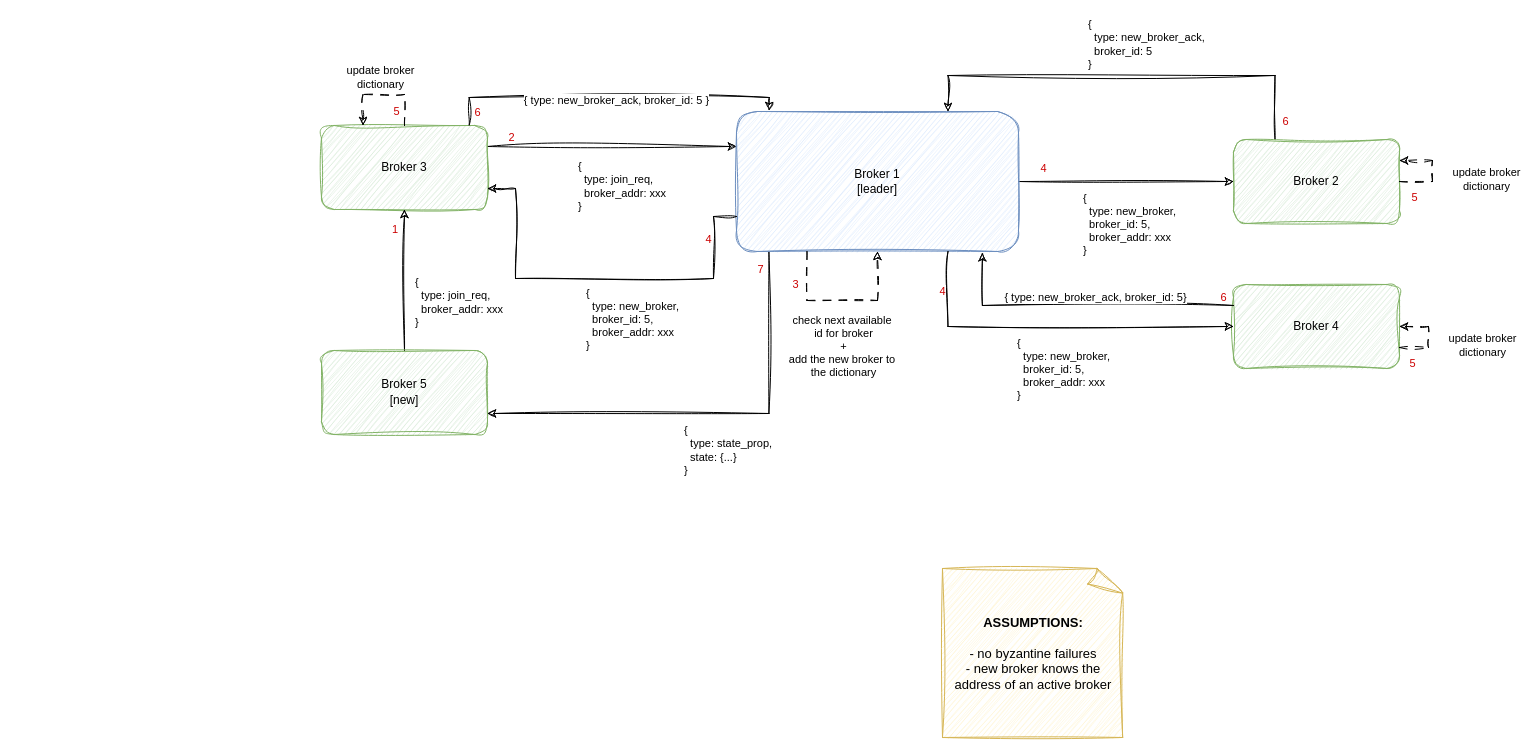
UobinoPino/Reliable-Queuing-System keeps this draw.io diagram as page "new_broker" (5 of 5) of artifacts/DS_Project.drawio. Above is the earlier version. Source tidied: cells renumbered, new cells numbered last; positions are measured from the earlier drawing's top-left corner, leaving out a move shared by most shapes. Both pictures are drawn from the tidied source at 100%, with x=0, y=0 at pixel (321, 75).
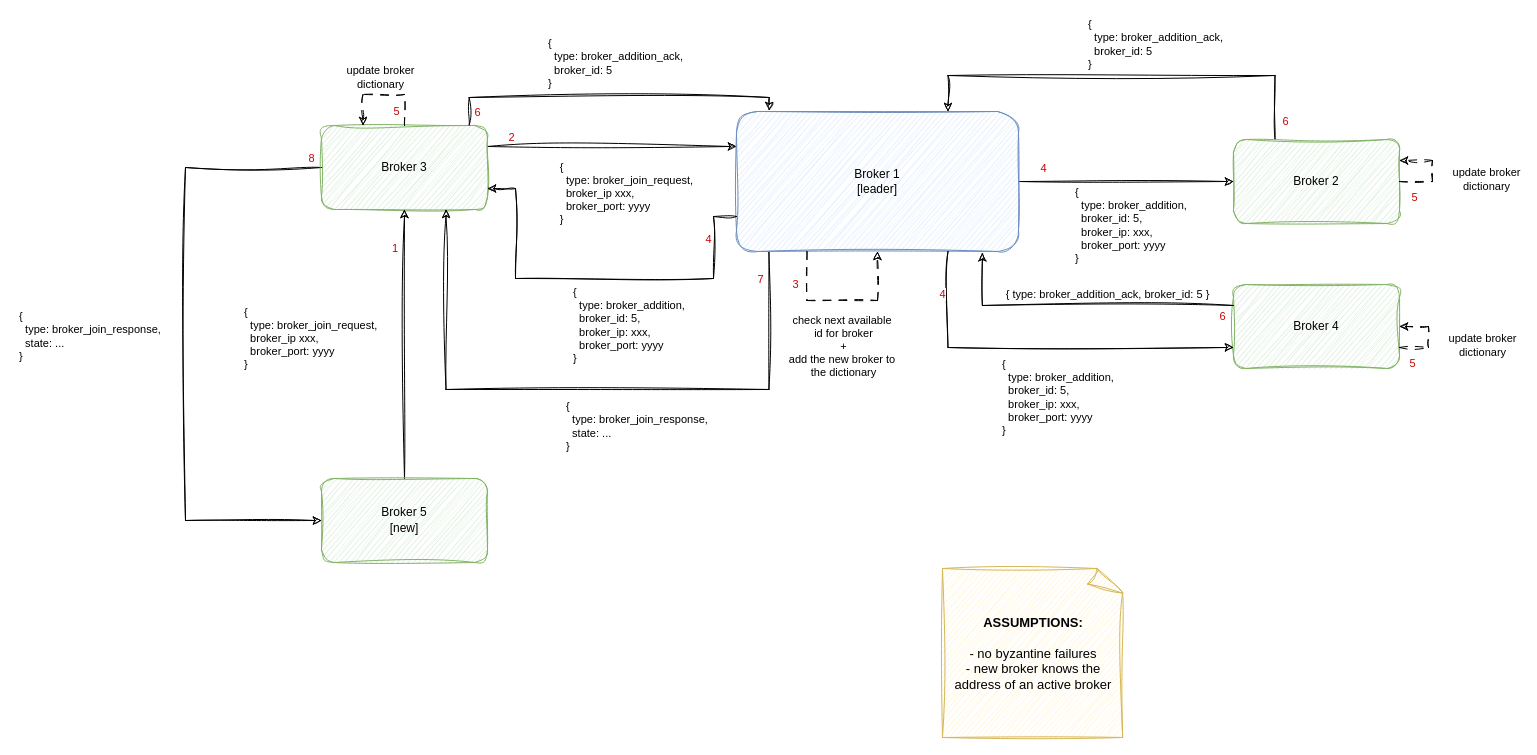
After the change.

Unchanged cells that the change refers to:
```xml
<mxCell id="2" style="edgeStyle=orthogonalEdgeStyle;rounded=0;jettySize=auto;html=1;entryX=0;entryY=0.25;entryDx=0;entryDy=0;sketch=1;curveFitting=1;jiggle=2;fontFamily=Excalifont;exitX=1;exitY=0.25;exitDx=0;exitDy=0;" parent="1" edge="1" source="6" target="17">
  <mxGeometry relative="1" as="geometry" />
</mxCell>
<mxCell id="6" value="&lt;font face=&quot;Excalifont&quot;&gt;Broker 3&lt;/font&gt;" style="rounded=1;whiteSpace=wrap;html=1;sketch=1;curveFitting=1;jiggle=2;fontFamily=Excalifont;fillColor=#d5e8d4;strokeColor=#82b366;" parent="1" vertex="1">
  <mxGeometry y="50" width="166" height="84" as="geometry" />
</mxCell>
<mxCell id="7" style="edgeStyle=orthogonalEdgeStyle;rounded=0;jettySize=auto;html=1;entryX=0.5;entryY=1;entryDx=0;entryDy=0;sketch=1;curveFitting=1;jiggle=2;fontFamily=Excalifont;" parent="1" edge="1" source="10" target="6">
  <mxGeometry relative="1" as="geometry" />
</mxCell>
<mxCell id="11" style="edgeStyle=orthogonalEdgeStyle;shape=connector;rounded=0;sketch=1;jiggle=2;curveFitting=1;jettySize=auto;html=1;strokeColor=default;align=left;verticalAlign=middle;fontFamily=Excalifont;fontSize=11;fontColor=default;labelBackgroundColor=default;endArrow=classic;" parent="1" edge="1" source="17" target="24">
  <mxGeometry relative="1" as="geometry" />
</mxCell>
<mxCell id="17" value="&lt;font face=&quot;Excalifont&quot;&gt;Broker 1&lt;br&gt;[leader]&lt;/font&gt;" style="rounded=1;whiteSpace=wrap;html=1;sketch=1;curveFitting=1;jiggle=2;fontFamily=Excalifont;fillColor=#dae8fc;strokeColor=#6c8ebf;" parent="1" vertex="1">
  <mxGeometry x="415" y="36" width="282" height="140" as="geometry" />
</mxCell>
<mxCell id="21" style="edgeStyle=orthogonalEdgeStyle;shape=connector;rounded=0;sketch=1;jiggle=2;curveFitting=1;jettySize=auto;html=1;entryX=0.75;entryY=0;entryDx=0;entryDy=0;strokeColor=default;align=left;verticalAlign=middle;fontFamily=Excalifont;fontSize=11;fontColor=default;labelBackgroundColor=default;endArrow=classic;exitX=0.25;exitY=0;exitDx=0;exitDy=0;" parent="1" edge="1" source="24" target="17">
  <mxGeometry relative="1" as="geometry">
    <Array as="points">
      <mxPoint x="954" />
      <mxPoint x="626" />
    </Array>
  </mxGeometry>
</mxCell>
<mxCell id="25" value="&lt;font face=&quot;Excalifont&quot;&gt;Broker 4&lt;/font&gt;" style="rounded=1;whiteSpace=wrap;html=1;sketch=1;curveFitting=1;jiggle=2;fontFamily=Excalifont;fillColor=#d5e8d4;strokeColor=#82b366;" parent="1" vertex="1">
  <mxGeometry x="912" y="209" width="166" height="84" as="geometry" />
</mxCell>
<mxCell id="29" style="edgeStyle=orthogonalEdgeStyle;shape=connector;rounded=0;sketch=1;jiggle=2;curveFitting=1;jettySize=auto;html=1;strokeColor=default;align=left;verticalAlign=middle;fontFamily=Excalifont;fontSize=11;fontColor=default;labelBackgroundColor=default;endArrow=classic;exitX=0;exitY=0.75;exitDx=0;exitDy=0;entryX=1;entryY=0.75;entryDx=0;entryDy=0;" parent="1" edge="1" source="17" target="6">
  <mxGeometry relative="1" as="geometry">
    <Array as="points">
      <mxPoint x="392" y="141" />
      <mxPoint x="392" y="203" />
      <mxPoint x="194" y="203" />
      <mxPoint x="194" y="113" />
    </Array>
  </mxGeometry>
</mxCell>
<mxCell id="42" style="edgeStyle=orthogonalEdgeStyle;shape=connector;rounded=0;sketch=1;jiggle=2;curveFitting=1;jettySize=auto;html=1;exitX=0.89;exitY=-0.007;exitDx=0;exitDy=0;entryX=0.116;entryY=-0.007;entryDx=0;entryDy=0;entryPerimeter=0;strokeColor=default;align=left;verticalAlign=middle;fontFamily=Excalifont;fontSize=11;fontColor=default;labelBackgroundColor=default;endArrow=classic;exitPerimeter=0;" parent="1" edge="1" source="6" target="17">
  <mxGeometry relative="1" as="geometry">
    <Array as="points">
      <mxPoint x="148" y="22" />
      <mxPoint x="448" y="22" />
    </Array>
  </mxGeometry>
</mxCell>
<mxCell id="45" style="edgeStyle=orthogonalEdgeStyle;shape=connector;rounded=0;sketch=1;jiggle=2;curveFitting=1;jettySize=auto;html=1;exitX=0;exitY=0.25;exitDx=0;exitDy=0;entryX=0.872;entryY=1.009;entryDx=0;entryDy=0;entryPerimeter=0;strokeColor=default;align=left;verticalAlign=middle;fontFamily=Excalifont;fontSize=11;fontColor=default;labelBackgroundColor=default;endArrow=classic;" parent="1" edge="1" source="25" target="17">
  <mxGeometry relative="1" as="geometry" />
</mxCell>
```

The edit, as a diff of the source:
```diff
@@
-    <mxCell id="4" value="&lt;div style=&quot;text-align: left;&quot;&gt;&lt;font face=&quot;Excalifont&quot;&gt;{&lt;/font&gt;&lt;div&gt;&lt;font face=&quot;Excalifont&quot;&gt;&amp;nbsp; type: join_req,&lt;/font&gt;&lt;/div&gt;&lt;div&gt;&lt;font face=&quot;Excalifont&quot;&gt;&amp;nbsp; broker_addr: xxx&amp;nbsp;&lt;/font&gt;&lt;/div&gt;&lt;div&gt;&lt;font face=&quot;Excalifont&quot;&gt;}&lt;/font&gt;&lt;/div&gt;&lt;/div&gt;" style="edgeLabel;html=1;align=center;verticalAlign=middle;" parent="2" vertex="1">
+    <mxCell id="4" value="&lt;div style=&quot;text-align: left;&quot;&gt;&lt;font face=&quot;Excalifont&quot;&gt;{&lt;/font&gt;&lt;div&gt;&lt;font face=&quot;Excalifont&quot;&gt;&amp;nbsp; type: broker_join_request,&lt;/font&gt;&lt;/div&gt;&lt;div&gt;&lt;font face=&quot;Excalifont&quot;&gt;&amp;nbsp; broker_ip xxx,&lt;/font&gt;&lt;/div&gt;&lt;div&gt;&lt;font face=&quot;Excalifont&quot;&gt;&amp;nbsp; broker_port: yyyy&lt;/font&gt;&lt;/div&gt;&lt;div&gt;&lt;font face=&quot;Excalifont&quot;&gt;}&lt;/font&gt;&lt;/div&gt;&lt;/div&gt;" style="edgeLabel;html=1;align=center;verticalAlign=middle;" parent="2" vertex="1">
       <mxGeometry x="-0.29" y="1" relative="1" as="geometry">
-        <mxPoint x="47" y="40" as="offset" />
+        <mxPoint x="50" y="47" as="offset" />
       </mxGeometry>
     </mxCell>
@@
+    <mxCell id="48" style="edgeStyle=orthogonalEdgeStyle;shape=connector;rounded=0;sketch=1;jiggle=2;curveFitting=1;jettySize=auto;html=1;exitX=0;exitY=0.5;exitDx=0;exitDy=0;entryX=0;entryY=0.5;entryDx=0;entryDy=0;strokeColor=default;align=left;verticalAlign=middle;fontFamily=Excalifont;fontSize=11;fontColor=default;labelBackgroundColor=default;endArrow=classic;" parent="1" edge="1" source="6" target="10">
+      <mxGeometry relative="1" as="geometry">
+        <Array as="points">
+          <mxPoint x="-136" y="92" />
+          <mxPoint x="-136" y="445" />
+        </Array>
+      </mxGeometry>
+    </mxCell>
+    <mxCell id="49" value="&lt;font style=&quot;color: rgb(204, 0, 0);&quot;&gt;8&lt;/font&gt;" style="edgeLabel;html=1;align=center;verticalAlign=middle;fontFamily=Excalifont;fontSize=11;fontColor=default;labelBackgroundColor=default;" parent="48" vertex="1">
+      <mxGeometry x="-0.91" y="2" relative="1" as="geometry">
+        <mxPoint x="17" y="-12" as="offset" />
+      </mxGeometry>
+    </mxCell>
+    <mxCell id="50" value="&lt;span style=&quot;&quot;&gt;{&lt;/span&gt;&lt;div style=&quot;&quot;&gt;&amp;nbsp; type: broker_join_response,&lt;/div&gt;&lt;div style=&quot;&quot;&gt;&amp;nbsp; state: ...&lt;/div&gt;&lt;div style=&quot;&quot;&gt;}&lt;/div&gt;" style="edgeLabel;html=1;align=left;verticalAlign=middle;fontFamily=Excalifont;fontSize=11;fontColor=default;labelBackgroundColor=default;" parent="48" vertex="1">
+      <mxGeometry x="-0.06" y="-1" relative="1" as="geometry">
+        <mxPoint x="-167" y="10" as="offset" />
+      </mxGeometry>
+    </mxCell>
@@
-    <mxCell id="8" value="&lt;font face=&quot;Excalifont&quot;&gt;{&lt;/font&gt;&lt;div&gt;&lt;font face=&quot;Excalifont&quot;&gt;&amp;nbsp; type: join_req,&lt;/font&gt;&lt;/div&gt;&lt;div&gt;&lt;font face=&quot;Excalifont&quot;&gt;&amp;nbsp; broker_addr: xxx&amp;nbsp;&lt;/font&gt;&lt;/div&gt;&lt;div&gt;&lt;div&gt;&lt;font face=&quot;Excalifont&quot;&gt;}&lt;/font&gt;&lt;/div&gt;&lt;/div&gt;" style="edgeLabel;html=1;align=left;verticalAlign=middle;" parent="7" vertex="1">
+    <mxCell id="8" value="&lt;font face=&quot;Excalifont&quot;&gt;{&lt;/font&gt;&lt;div&gt;&lt;font face=&quot;Excalifont&quot;&gt;&amp;nbsp; type: broker_join_request,&lt;/font&gt;&lt;/div&gt;&lt;div&gt;&lt;font face=&quot;Excalifont&quot;&gt;&amp;nbsp; broker_ip xxx,&lt;/font&gt;&lt;/div&gt;&lt;div&gt;&lt;font face=&quot;Excalifont&quot;&gt;&amp;nbsp; broker_port: yyyy&lt;/font&gt;&lt;/div&gt;&lt;div&gt;&lt;div&gt;&lt;font face=&quot;Excalifont&quot;&gt;}&lt;/font&gt;&lt;/div&gt;&lt;/div&gt;" style="edgeLabel;html=1;align=left;verticalAlign=middle;" parent="7" vertex="1">
       <mxGeometry x="0.22" relative="1" as="geometry">
-        <mxPoint x="9" y="37" as="offset" />
+        <mxPoint x="-162" y="23" as="offset" />
       </mxGeometry>
     </mxCell>
@@
     <mxCell id="10" value="&lt;font face=&quot;Excalifont&quot;&gt;Broker 5&lt;/font&gt;&lt;div&gt;&lt;font face=&quot;Excalifont&quot;&gt;[new]&lt;/font&gt;&lt;/div&gt;" style="rounded=1;whiteSpace=wrap;html=1;sketch=1;curveFitting=1;jiggle=2;fontFamily=Comic Sans MS;fillColor=#d5e8d4;strokeColor=#82b366;" parent="1" vertex="1">
-      <mxGeometry y="275" width="166" height="84" as="geometry" />
+      <mxGeometry y="403" width="166" height="84" as="geometry" />
     </mxCell>
@@
-    <mxCell id="12" value="{&lt;div&gt;&amp;nbsp; type: new_broker,&lt;br&gt;&amp;nbsp; broker_id: 5,&lt;br&gt;&amp;nbsp; broker_addr: xxx&lt;br&gt;}&lt;/div&gt;" style="edgeLabel;html=1;align=left;verticalAlign=middle;rounded=1;sketch=1;jiggle=2;curveFitting=1;strokeColor=default;fontFamily=Excalifont;fontSize=11;fontColor=default;labelBackgroundColor=default;fillColor=default;" parent="11" vertex="1">
+    <mxCell id="12" value="{&lt;div&gt;&amp;nbsp; type: broker_addition,&lt;br&gt;&amp;nbsp; broker_id: 5,&lt;br&gt;&amp;nbsp; broker_ip: xxx,&lt;/div&gt;&lt;div&gt;&amp;nbsp; broker_port: yyyy&lt;br&gt;}&lt;/div&gt;" style="edgeLabel;html=1;align=left;verticalAlign=middle;rounded=1;sketch=1;jiggle=2;curveFitting=1;strokeColor=default;fontFamily=Excalifont;fontSize=11;fontColor=default;labelBackgroundColor=default;fillColor=default;" parent="11" vertex="1">
       <mxGeometry x="0.09" y="1" relative="1" as="geometry">
-        <mxPoint x="-54" y="43" as="offset" />
+        <mxPoint x="-62" y="44" as="offset" />
       </mxGeometry>
     </mxCell>
@@
-    <mxCell id="14" style="edgeStyle=orthogonalEdgeStyle;shape=connector;rounded=0;sketch=1;jiggle=2;curveFitting=1;jettySize=auto;html=1;exitX=0.115;exitY=1.004;exitDx=0;exitDy=0;entryX=1;entryY=0.75;entryDx=0;entryDy=0;strokeColor=default;align=left;verticalAlign=middle;fontFamily=Excalifont;fontSize=11;fontColor=default;labelBackgroundColor=default;endArrow=classic;exitPerimeter=0;" parent="1" edge="1" source="17" target="10">
-      <mxGeometry relative="1" as="geometry" />
+    <mxCell id="14" style="edgeStyle=orthogonalEdgeStyle;shape=connector;rounded=0;sketch=1;jiggle=2;curveFitting=1;jettySize=auto;html=1;exitX=0.115;exitY=1.004;exitDx=0;exitDy=0;entryX=0.75;entryY=1;entryDx=0;entryDy=0;strokeColor=default;align=left;verticalAlign=middle;fontFamily=Excalifont;fontSize=11;fontColor=default;labelBackgroundColor=default;endArrow=classic;exitPerimeter=0;" parent="1" edge="1" source="17" target="6">
+      <mxGeometry relative="1" as="geometry">
+        <Array as="points">
+          <mxPoint x="447" y="314" />
+          <mxPoint x="125" y="314" />
+        </Array>
+      </mxGeometry>
     </mxCell>
@@
-    <mxCell id="16" value="{&lt;div&gt;&amp;nbsp; type: state_prop,&lt;/div&gt;&lt;div&gt;&amp;nbsp; state: {...}&lt;/div&gt;&lt;div&gt;}&lt;/div&gt;" style="edgeLabel;html=1;align=left;verticalAlign=middle;fontFamily=Excalifont;fontSize=11;fontColor=default;labelBackgroundColor=default;" parent="14" vertex="1">
+    <mxCell id="16" value="{&lt;div&gt;&amp;nbsp; type: broker_join_response,&lt;/div&gt;&lt;div&gt;&amp;nbsp; state: ...&lt;/div&gt;&lt;div&gt;}&lt;/div&gt;" style="edgeLabel;html=1;align=left;verticalAlign=middle;fontFamily=Excalifont;fontSize=11;fontColor=default;labelBackgroundColor=default;" parent="14" vertex="1">
       <mxGeometry x="-0.05" y="1" relative="1" as="geometry">
         <mxPoint x="-38" y="35" as="offset" />
       </mxGeometry>
     </mxCell>
@@
-    <mxCell id="23" value="{&lt;div&gt;&amp;nbsp; type: new_broker_ack,&lt;/div&gt;&lt;div&gt;&amp;nbsp; broker_id: 5&lt;/div&gt;&lt;div&gt;}&lt;/div&gt;" style="edgeLabel;html=1;align=left;verticalAlign=middle;rounded=1;sketch=1;jiggle=2;curveFitting=1;strokeColor=default;fontFamily=Excalifont;fontSize=11;fontColor=default;labelBackgroundColor=default;fillColor=default;" parent="21" vertex="1">
+    <mxCell id="23" value="{&lt;div&gt;&amp;nbsp; type: broker_addition_ack,&lt;/div&gt;&lt;div&gt;&amp;nbsp; broker_id: 5&lt;/div&gt;&lt;div&gt;}&lt;/div&gt;" style="edgeLabel;html=1;align=left;verticalAlign=middle;rounded=1;sketch=1;jiggle=2;curveFitting=1;strokeColor=default;fontFamily=Excalifont;fontSize=11;fontColor=default;labelBackgroundColor=default;fillColor=default;" parent="21" vertex="1">
       <mxGeometry x="0.1" y="5" relative="1" as="geometry">
         <mxPoint x="-18" y="-37" as="offset" />
       </mxGeometry>
     </mxCell>
@@
-    <mxCell id="26" style="edgeStyle=orthogonalEdgeStyle;shape=connector;rounded=0;sketch=1;jiggle=2;curveFitting=1;jettySize=auto;html=1;strokeColor=default;align=left;verticalAlign=middle;fontFamily=Excalifont;fontSize=11;fontColor=default;labelBackgroundColor=default;endArrow=classic;entryX=0;entryY=0.5;entryDx=0;entryDy=0;exitX=0.75;exitY=1;exitDx=0;exitDy=0;" parent="1" edge="1" source="17" target="25">
+    <mxCell id="26" style="edgeStyle=orthogonalEdgeStyle;shape=connector;rounded=0;sketch=1;jiggle=2;curveFitting=1;jettySize=auto;html=1;strokeColor=default;align=left;verticalAlign=middle;fontFamily=Excalifont;fontSize=11;fontColor=default;labelBackgroundColor=default;endArrow=classic;entryX=0;entryY=0.75;entryDx=0;entryDy=0;exitX=0.75;exitY=1;exitDx=0;exitDy=0;" parent="1" edge="1" source="17" target="25">
       <mxGeometry relative="1" as="geometry" />
     </mxCell>
-    <mxCell id="27" value="{&lt;div&gt;&amp;nbsp; type: new_broker,&lt;br&gt;&amp;nbsp; broker_id: 5,&lt;br&gt;&amp;nbsp; broker_addr: xxx&lt;br&gt;}&lt;/div&gt;" style="edgeLabel;html=1;align=left;verticalAlign=middle;rounded=1;sketch=1;jiggle=2;curveFitting=1;strokeColor=default;fontFamily=Excalifont;fontSize=11;fontColor=default;labelBackgroundColor=default;fillColor=default;" parent="26" vertex="1">
+    <mxCell id="27" value="{&lt;div&gt;&amp;nbsp; type: broker_addition,&lt;br&gt;&amp;nbsp; broker_id: 5,&lt;br&gt;&amp;nbsp; broker_ip: xxx,&lt;/div&gt;&lt;div&gt;&amp;nbsp; broker_port: yyyy&lt;br&gt;}&lt;/div&gt;" style="edgeLabel;html=1;align=left;verticalAlign=middle;rounded=1;sketch=1;jiggle=2;curveFitting=1;strokeColor=default;fontFamily=Excalifont;fontSize=11;fontColor=default;labelBackgroundColor=default;fillColor=default;" parent="26" vertex="1">
       <mxGeometry x="0.09" y="1" relative="1" as="geometry">
-        <mxPoint x="-54" y="43" as="offset" />
+        <mxPoint x="-60" y="50" as="offset" />
       </mxGeometry>
     </mxCell>
@@
-    <mxCell id="30" value="{&lt;div&gt;&amp;nbsp; type: new_broker,&lt;br&gt;&amp;nbsp; broker_id: 5,&lt;br&gt;&amp;nbsp; broker_addr: xxx&lt;br&gt;}&lt;/div&gt;" style="edgeLabel;html=1;align=left;verticalAlign=middle;rounded=1;sketch=1;jiggle=2;curveFitting=1;strokeColor=default;fontFamily=Excalifont;fontSize=11;fontColor=default;labelBackgroundColor=default;fillColor=default;" parent="29" vertex="1">
+    <mxCell id="30" value="{&lt;div&gt;&amp;nbsp; type: broker_addition,&lt;br&gt;&amp;nbsp; broker_id: 5,&lt;br&gt;&amp;nbsp; broker_ip: xxx,&lt;/div&gt;&lt;div&gt;&amp;nbsp; broker_port: yyyy&lt;br&gt;}&lt;/div&gt;" style="edgeLabel;html=1;align=left;verticalAlign=middle;rounded=1;sketch=1;jiggle=2;curveFitting=1;strokeColor=default;fontFamily=Excalifont;fontSize=11;fontColor=default;labelBackgroundColor=default;fillColor=default;" parent="29" vertex="1">
       <mxGeometry x="0.09" y="1" relative="1" as="geometry">
-        <mxPoint x="5" y="39" as="offset" />
+        <mxPoint x="-8" y="45" as="offset" />
       </mxGeometry>
     </mxCell>
@@
-    <mxCell id="43" value="{ type: new_broker_ack, broker_id: 5 }" style="edgeLabel;html=1;align=center;verticalAlign=middle;fontFamily=Excalifont;fontSize=11;fontColor=default;labelBackgroundColor=default;" parent="42" vertex="1">
+    <mxCell id="43" value="&lt;span style=&quot;&quot;&gt;{&lt;/span&gt;&lt;div style=&quot;&quot;&gt;&amp;nbsp; type: broker_addition_ack,&lt;/div&gt;&lt;div style=&quot;&quot;&gt;&amp;nbsp; broker_id: 5&lt;/div&gt;&lt;div style=&quot;&quot;&gt;}&lt;/div&gt;" style="edgeLabel;html=1;align=left;verticalAlign=middle;fontFamily=Excalifont;fontSize=11;fontColor=default;labelBackgroundColor=default;" parent="42" vertex="1">
       <mxGeometry x="-0.17" y="1" relative="1" as="geometry">
-        <mxPoint x="33" y="3" as="offset" />
+        <mxPoint x="-36" y="-34" as="offset" />
       </mxGeometry>
     </mxCell>
@@
     <mxCell id="46" value="&lt;font style=&quot;color: rgb(204, 0, 0);&quot;&gt;6&lt;/font&gt;" style="edgeLabel;html=1;align=center;verticalAlign=middle;fontFamily=Excalifont;fontSize=11;fontColor=default;labelBackgroundColor=default;" parent="45" vertex="1">
       <mxGeometry x="-0.85" y="-1" relative="1" as="geometry">
-        <mxPoint x="12" y="-8" as="offset" />
+        <mxPoint x="11" y="11" as="offset" />
       </mxGeometry>
     </mxCell>
-    <mxCell id="47" value="{ type: new_broker_ack, broker_id: 5}" style="edgeLabel;html=1;align=center;verticalAlign=middle;fontFamily=Excalifont;fontSize=11;fontColor=default;labelBackgroundColor=default;" parent="45" vertex="1">
+    <mxCell id="47" value="&lt;span style=&quot;text-align: left;&quot;&gt;{&amp;nbsp;&lt;/span&gt;&lt;span style=&quot;text-align: left; background-color: light-dark(#ffffff, var(--ge-dark-color, #121212)); color: light-dark(rgb(0, 0, 0), rgb(255, 255, 255));&quot;&gt;type: broker_addition_ack,&amp;nbsp;&lt;/span&gt;&lt;span style=&quot;text-align: left; background-color: light-dark(#ffffff, var(--ge-dark-color, #121212)); color: light-dark(rgb(0, 0, 0), rgb(255, 255, 255));&quot;&gt;broker_id: 5&amp;nbsp;&lt;/span&gt;&lt;span style=&quot;text-align: left; background-color: light-dark(#ffffff, var(--ge-dark-color, #121212)); color: light-dark(rgb(0, 0, 0), rgb(255, 255, 255));&quot;&gt;}&lt;/span&gt;" style="edgeLabel;html=1;align=center;verticalAlign=middle;fontFamily=Excalifont;fontSize=11;fontColor=default;labelBackgroundColor=default;" parent="45" vertex="1">
       <mxGeometry x="-0.14" y="-1" relative="1" as="geometry">
-        <mxPoint x="-8" y="-8" as="offset" />
+        <mxPoint x="4" y="-11" as="offset" />
       </mxGeometry>
     </mxCell>
```
